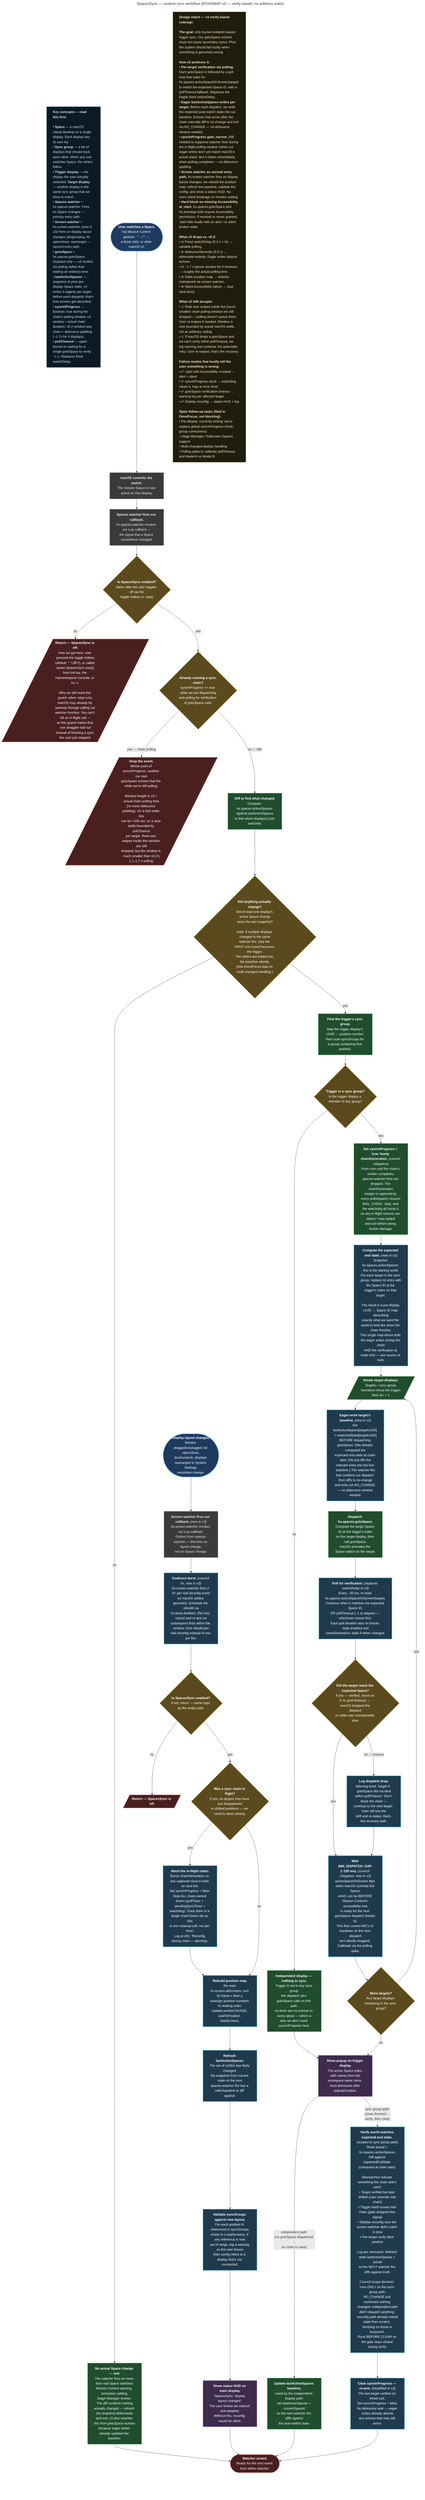
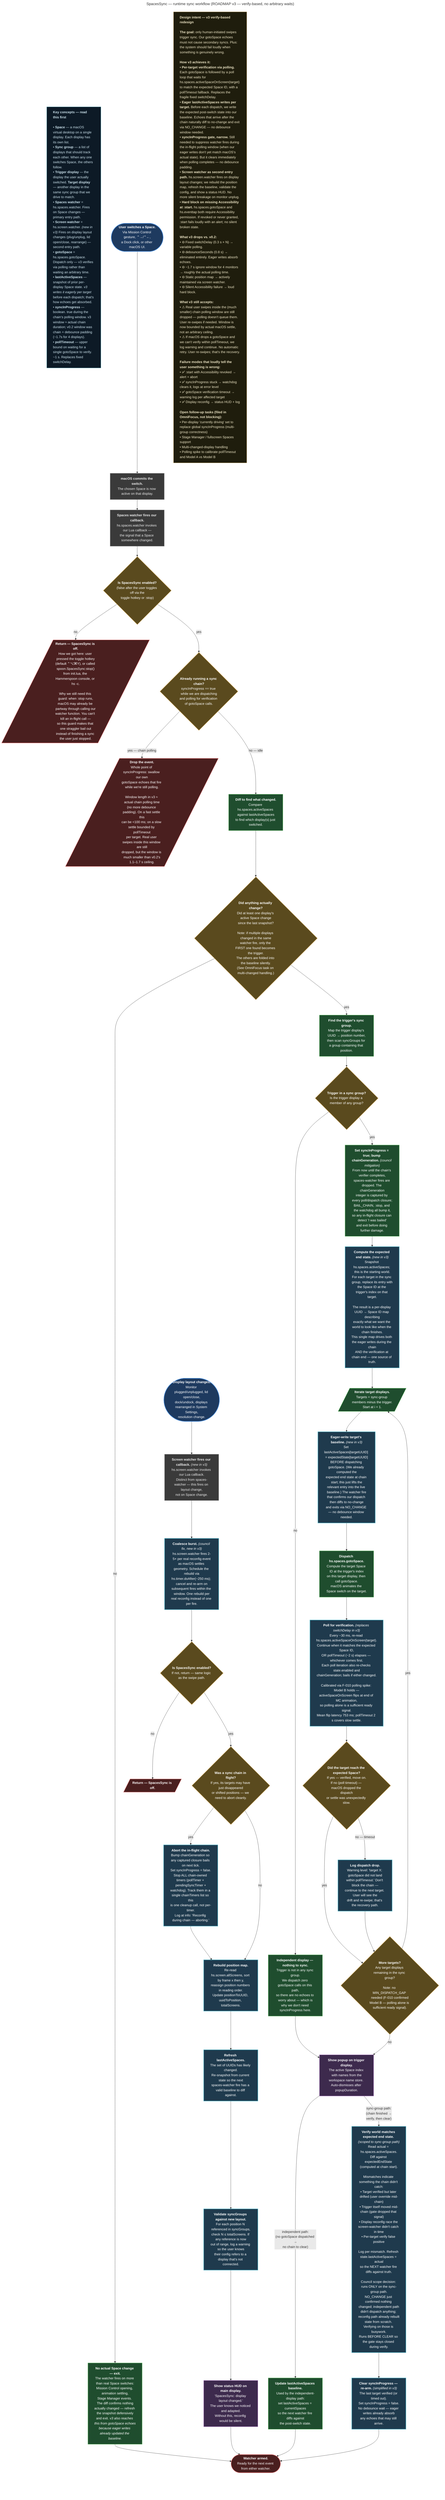
---
title: SpacesSync — runtime sync workflow (ROADMAP v3 — verify-based, no arbitrary waits)
---
flowchart TD
    classDef user fill:#1e3a5f,stroke:#4a90e2,stroke-width:2px,color:#fff
    classDef macos fill:#3a3a3a,stroke:#888,stroke-width:1.5px,color:#eee
    classDef spoon fill:#1f4d2e,stroke:#4caf50,stroke-width:1.5px,color:#fff
    classDef new fill:#1f3a4d,stroke:#4ab3c6,stroke-width:2px,color:#fff
    classDef decision fill:#5a4a1e,stroke:#d4a853,stroke-width:1.5px,color:#fff
    classDef terminal fill:#4a1f1f,stroke:#e57373,stroke-width:1.5px,color:#fff
    classDef ui fill:#3d2a4d,stroke:#b07cc6,stroke-width:1.5px,color:#fff

    %% ============================================================
    %% READING NOTE
    %% ============================================================
    %% v3 differs from CURRENT in three structural ways:
    %% 1. Two entry paths instead of one — the spaces-watcher path
    %%    (user swipes) and a new screen-watcher path (display reconfig).
    %% 2. The sync chain uses fire-and-verify instead of fire-and-wait.
    %%    The fixed switchDelay and debounceSeconds are gone.
    %% 3. Eager lastActiveSpaces writes per target before each dispatch.
    %%    This is how echoes get absorbed without a debounce window.
    %% Each node opens with a <b>bold lead</b> for quick-skim.
    %% Detail follows for the deeper reader.
    %% ============================================================

    %% ============================================================
    %% KEY CONCEPTS — read this first
    %% ============================================================
    KEY["<div style='text-align: left;'><b>Key concepts — read this first</b><br/><br/>• <b>Space</b> — a macOS virtual desktop on a single display. Each display has its own list.<br/>• <b>Sync group</b> — a list of displays that should track each other. When any one switches Space, the others follow.<br/>• <b>Trigger display</b> — the display the user actually switched. <b>Target display</b> — another display in the same sync group that we drive to match.<br/>• <b>Spaces watcher</b> = hs.spaces.watcher. Fires on Space changes — primary entry path.<br/>• <b>Screen watcher</b> = hs.screen.watcher. <i>(new in v3)</i> Fires on display layout changes (plug/unplug, lid open/close, rearrange) — second entry path.<br/>• <b>gotoSpace</b> = hs.spaces.gotoSpace. Dispatch only — v3 verifies via polling rather than waiting an arbitrary time.<br/>• <b>lastActiveSpaces</b> — snapshot of prior per-display Space state. <i>v3 writes it eagerly per target</i> before each dispatch; that's how echoes get absorbed.<br/>• <b>syncInProgress</b> — boolean. true during the chain's polling window. v3 window ≈ actual chain duration; v0.2 window was chain + debounce padding (~1.7s for 4 displays).<br/>• <b>pollTimeout</b> — upper bound on waiting for a single gotoSpace to verify. ~1 s. Replaces fixed switchDelay.</div>"]:::keybox
    classDef keybox fill:#0d1a26,stroke:#4ab3c6,color:#cfe6f0,text-align:left

    %% ============================================================
    %% ENTRY PATH 1 — USER SWIPE → SPACES WATCHER
    %% ============================================================

    U(["<b>User switches a Space.</b><br/>Via Mission Control gesture, ⌃→/⌃←,<br/>a Dock click, or other macOS UI."]):::user
    OS["<b>macOS commits the switch.</b><br/>The chosen Space is now active on that display."]:::macos
    W["<b>Spaces watcher fires our callback.</b><br/>hs.spaces.watcher invokes our Lua callback —<br/>the signal that a Space somewhere changed."]:::macos

    GATE_ENABLED{"<b>Is SpacesSync enabled?</b><br/>(false after the user toggles off via the<br/>toggle hotkey or :stop)"}:::decision
    SKIP_DISABLED[/"<b>Return — SpacesSync is off.</b><br/>How we got here: user pressed the toggle hotkey<br/>(default ⌃⌥⌘Y), or called spoon.SpacesSync:stop()<br/>from init.lua, the Hammerspoon console, or hs -c.<br/><br/>Why we still need this guard: when :stop runs,<br/>macOS may already be partway through calling our<br/>watcher function. You can't kill an in-flight call —<br/>so this guard makes that one straggler bail out<br/>instead of finishing a sync the user just stopped."/]:::terminal

    GATE_RUNNING{"<b>Already running a sync chain?</b><br/>syncInProgress == true while we are dispatching<br/>and polling for verification of gotoSpace calls."}:::decision
    DROP[/"<b>Drop the event.</b><br/>Whole point of syncInProgress: swallow our own<br/>gotoSpace echoes that fire while we're still polling.<br/><br/>Window length in v3 ≈ actual chain polling time<br/>(no more debounce padding). On a fast settle this<br/>can be &lt;100 ms; on a slow settle bounded by pollTimeout<br/>per target. Real user swipes inside this window are still<br/>dropped, but the window is much smaller than v0.2's<br/>1.1–1.7 s ceiling."/]:::terminal

    DIFF["<b>Diff to find what changed.</b><br/>Compare hs.spaces.activeSpaces against lastActiveSpaces<br/>to find which display(s) just switched."]:::spoon
    FIND{"<b>Did anything actually change?</b><br/>Did at least one display's active Space change<br/>since the last snapshot?<br/><br/>Note: if multiple displays changed in the same<br/>watcher fire, only the FIRST one found becomes the trigger.<br/>The others are folded into the baseline silently.<br/>(See OmniFocus task on multi-changed handling.)"}:::decision
    NO_CHANGE["<b>No actual Space change — exit.</b><br/>The watcher fires on more than real Space switches:<br/>Mission Control opening, animation settling,<br/>Stage Manager events. The diff confirms nothing<br/>actually changed — refresh the snapshot defensively<br/>and exit. <i>v3 also reaches this from gotoSpace echoes</i><br/><i>because eager writes already updated the baseline.</i>"]:::spoon

    LOOKUP["<b>Find the trigger's sync group.</b><br/>Map the trigger display's UUID → position number,<br/>then scan syncGroups for a group containing that position."]:::spoon
    GROUP{"<b>Trigger in a sync group?</b><br/>Is the trigger display a member of any group?"}:::decision

    INDEPENDENT["<b>Independent display — nothing to sync.</b><br/>Trigger is not in any sync group.<br/>We dispatch zero gotoSpace calls on this path,<br/>so there are no echoes to worry about — which is<br/>why we don't need syncInProgress here."]:::spoon

    LOCK["<b>Set syncInProgress = true; bump chainGeneration.</b> <i>(council mitigation)</i><br/>From now until the chain's verifier completes,<br/>spaces-watcher fires are dropped. The chainGeneration<br/>integer is captured by every poll/dispatch closure;<br/>BAIL_CHAIN, :stop, and the watchdog all bump it,<br/>so any in-flight closure can detect 'I was bailed'<br/>and exit before doing further damage."]:::spoon

    COMPUTE_EXPECTED["<b>Compute the expected end state.</b> <i>(new in v3)</i><br/>Snapshot hs.spaces.activeSpaces; this is the starting world.<br/>For each target in the sync group, replace its entry with<br/>the Space ID at the trigger's index on that target.<br/><br/>The result is a per-display UUID → Space ID map describing<br/>exactly what we want the world to look like when the chain finishes.<br/>This single map drives both the eager writes during the chain<br/>AND the verification at chain end — one source of truth."]:::new

    SYNCNEXT[/"<b>Iterate target displays.</b><br/>Targets = sync-group members minus the trigger.<br/>Start at i = 1."/]:::spoon

    %% --- v3 NEW: fire-and-verify replaces fire-and-wait ---
    EAGER_WRITE["<b>Eager-write target's baseline.</b> <i>(new in v3)</i><br/>Set lastActiveSpaces[targetUUID] = expectedState[targetUUID]<br/>BEFORE dispatching gotoSpace. (We already computed the<br/>expected end state at chain start; this just lifts the<br/>relevant entry into the live baseline.) The watcher fire<br/>that confirms our dispatch then diffs to no-change<br/>and exits via NO_CHANGE — no debounce window needed."]:::new
    DISPATCH["<b>Dispatch hs.spaces.gotoSpace.</b><br/>Compute the target Space ID at the trigger's index<br/>on this target display, then call gotoSpace.<br/>macOS animates the Space switch on the target."]:::spoon
-     POLL["<b>Poll for verification.</b> <i>(replaces switchDelay in v3)</i><br/>Every ~30 ms, re-read hs.spaces.activeSpaceOnScreen(target).<br/>Continue when it matches the expected Space ID,<br/>OR pollTimeout (~1 s) elapses — whichever comes first.<br/>Each poll iteration also re-checks state.enabled and<br/>chainGeneration; bails if either changed."]:::new
+     POLL["<b>Poll for verification.</b> <i>(replaces switchDelay in v3)</i><br/>Every ~30 ms, re-read hs.spaces.activeSpaceOnScreen(target).<br/>Continue when it matches the expected Space ID,<br/>OR pollTimeout (~2 s) elapses — whichever comes first.<br/>Each poll iteration also re-checks state.enabled and<br/>chainGeneration; bails if either changed.<br/><br/>Calibrated via F-010 polling spike: Model B holds —<br/>activeSpaceOnScreen flips at end of MC animation,<br/>so polling alone is a sufficient ready signal.<br/>Mean flip latency 753 ms; pollTimeout 2 s covers slow settle."]:::new
    VERIFY{"<b>Did the target reach the expected Space?</b><br/>If yes — verified, move on.<br/>If no (poll timeout) — macOS dropped the dispatch<br/>or settle was unexpectedly slow."}:::decision
    DROPPED_LOG["<b>Log dispatch drop.</b><br/>Warning level: 'target X: gotoSpace did not land<br/>within pollTimeout.' Don't block the chain —<br/>continue to the next target. User will see the<br/>drift and re-swipe; that's the recovery path."]:::new
-     MIN_GAP["<b>Wait MIN_DISPATCH_GAP (~150 ms).</b> <i>(council mitigation, new in v3)</i><br/>activeSpaceOnScreen flips when macOS commits the Space,<br/>which can be BEFORE Mission Control's accessibility tree<br/>is ready for the next gotoSpace dispatch (Model A).<br/>This floor covers MC's UI teardown so the next dispatch<br/>isn't silently dropped. Calibrate via the polling spike."]:::new
-     MORE{"<b>More targets?</b><br/>Any target displays remaining in the sync group?"}:::decision
+     MORE{"<b>More targets?</b><br/>Any target displays remaining in the sync group?<br/><br/>Note: no MIN_DISPATCH_GAP needed (F-010 confirmed<br/>Model B — polling alone is sufficient ready signal)."}:::decision

    VERIFY_END_STATE["<b>Verify world matches expected end state.</b> <i>(scoped to sync-group path)</i><br/>Read actual = hs.spaces.activeSpaces.<br/>Diff against expectedEndState (computed at chain start).<br/><br/>Mismatches indicate something the chain didn't catch:<br/>• Target verified but later drifted (user override mid-chain)<br/>• Trigger itself moved mid-chain (gate dropped that signal)<br/>• Display reconfig race the screen-watcher didn't catch in time<br/>• Per-target verify false positive<br/><br/>Log per mismatch. Refresh state.lastActiveSpaces = actual<br/>so the NEXT watcher fire diffs against truth.<br/><br/>Council scope decision: runs ONLY on the sync-group path.<br/>NO_CHANGE just confirmed nothing changed; independent path<br/>didn't dispatch anything; reconfig path already rebuilt<br/>state from scratch. Verifying on those is busywork.<br/>Runs BEFORE CLEAR so the gate stays closed during verify."]:::new

    POPUP["<b>Show popup on trigger display.</b><br/>The active Space index with names from the<br/>workspace name store. Auto-dismisses after popupDuration."]:::ui

    CLEAR["<b>Clear syncInProgress — re-arm.</b> <i>(simplified in v3)</i><br/>The last target verified (or timed out).<br/>Set syncInProgress = false.<br/>No debounce wait — eager writes already absorb<br/>any echoes that may still arrive."]:::new

    UPDATE_BASELINE["<b>Update lastActiveSpaces baseline.</b><br/>Used by the independent-display path:<br/>set lastActiveSpaces = currentSpaces<br/>so the next watcher fire diffs against<br/>the post-switch state."]:::spoon

    DONE([<b>Watcher armed.</b><br/>Ready for the next event from either watcher.]):::terminal

    %% ============================================================
    %% ENTRY PATH 2 — DISPLAY RECONFIG → SCREEN WATCHER (new in v3)
    %% ============================================================

    RECONFIG([<b>Display layout changes.</b><br/>Monitor plugged/unplugged, lid open/close,<br/>dock/undock, displays rearranged in System Settings,<br/>resolution change.]):::user
    SW["<b>Screen watcher fires our callback.</b> <i>(new in v3)</i><br/>hs.screen.watcher invokes our Lua callback.<br/>Distinct from spaces-watcher — this fires on layout change,<br/>not on Space change."]:::macos
    SW_DEBOUNCE["<b>Coalesce burst.</b> <i>(council fix, new in v3)</i><br/>hs.screen.watcher fires 2-5× per real reconfig event<br/>as macOS settles geometry. Schedule the rebuild via<br/>hs.timer.doAfter(~250 ms); cancel and re-arm on<br/>subsequent fires within the window. One rebuild per<br/>real reconfig instead of one per fire."]:::new

    RECONFIG_GATE_ENABLED{"<b>Is SpacesSync enabled?</b><br/>If not, return — same logic as the swipe path."}:::decision
    RECONFIG_SKIP[/"<b>Return — SpacesSync is off.</b>"/]:::terminal

    RECONFIG_BAIL_GATE{"<b>Was a sync chain in flight?</b><br/>If yes, its targets may have just disappeared<br/>or shifted positions — we need to abort cleanly."}:::decision
    BAIL_CHAIN["<b>Abort the in-flight chain.</b><br/>Bump chainGeneration so any captured closure bails on next tick.<br/>Set syncInProgress = false.<br/>Stop ALL chain-owned timers (pollTimer + pendingSyncTimer +<br/>watchdog). Track them in a single chainTimers list so this<br/>is one cleanup call, not per-timer.<br/>Log at info: 'Reconfig during chain — aborting.'"]:::new

    REBUILD_MAP["<b>Rebuild position map.</b><br/>Re-read hs.screen.allScreens, sort by frame x then y,<br/>reassign position numbers in reading order.<br/>Update positionToUUID, uuidToPosition, totalScreens."]:::new

    REFRESH_BASELINE["<b>Refresh lastActiveSpaces.</b><br/>The set of UUIDs has likely changed.<br/>Re-snapshot from current state so the next<br/>spaces-watcher fire has a valid baseline to diff against."]:::new

    VALIDATE_CONFIG["<b>Validate syncGroups against new layout.</b><br/>For each position N referenced in syncGroups,<br/>check N ≤ totalScreens. If any reference is now<br/>out of range, log a warning so the user knows<br/>their config refers to a display that's not connected."]:::new

    STATUS_HUD["<b>Show status HUD on main display.</b><br/>'SpacesSync: display layout changed.'<br/>The user knows we noticed and adapted.<br/>Without this, reconfig would be silent."]:::ui

    %% ============================================================
    %% EDGES — entry path 1 (swipe)
    %% ============================================================

    U --> OS --> W --> GATE_ENABLED
    GATE_ENABLED -- no --> SKIP_DISABLED
    GATE_ENABLED -- yes --> GATE_RUNNING

    GATE_RUNNING -- "yes — chain polling" --> DROP
    GATE_RUNNING -- "no — idle" --> DIFF --> FIND
    FIND -- no --> NO_CHANGE --> DONE
    FIND -- yes --> LOOKUP --> GROUP

    GROUP -- no --> INDEPENDENT --> POPUP
    GROUP -- yes --> LOCK --> COMPUTE_EXPECTED --> SYNCNEXT --> EAGER_WRITE --> DISPATCH --> POLL --> VERIFY
-     VERIFY -- yes --> MIN_GAP
-     VERIFY -- "no — timeout" --> DROPPED_LOG --> MIN_GAP
-     MIN_GAP --> MORE
+     VERIFY -- yes --> MORE
+     VERIFY -- "no — timeout" --> DROPPED_LOG --> MORE
    MORE -- yes --> SYNCNEXT
    MORE -- no --> POPUP

    POPUP -- "independent path:<br/>(no gotoSpace dispatched →<br/>no chain to clear)" --> UPDATE_BASELINE --> DONE
    POPUP -- "sync-group path:<br/>(chain finished →<br/>verify, then clear)" --> VERIFY_END_STATE --> CLEAR --> DONE

    %% ============================================================
    %% EDGES — entry path 2 (reconfig)
    %% ============================================================

    RECONFIG --> SW --> SW_DEBOUNCE --> RECONFIG_GATE_ENABLED
    RECONFIG_GATE_ENABLED -- no --> RECONFIG_SKIP
    RECONFIG_GATE_ENABLED -- yes --> RECONFIG_BAIL_GATE
    RECONFIG_BAIL_GATE -- yes --> BAIL_CHAIN --> REBUILD_MAP
    RECONFIG_BAIL_GATE -- no --> REBUILD_MAP
    REBUILD_MAP --> REFRESH_BASELINE --> VALIDATE_CONFIG --> STATUS_HUD --> DONE

    %% ============================================================
    %% DESIGN INTENT — what v3 changes vs. v0.2
    %% ============================================================

    DESIGN["<div style='text-align: left;'><b>Design intent — v3 verify-based redesign</b><br/><br/><b>The goal:</b> only human-initiated swipes trigger sync. Our gotoSpace echoes must not cause secondary syncs. Plus: the system should fail loudly when something is genuinely wrong.<br/><br/><b>How v3 achieves it:</b><br/>• <b>Per-target verification via polling.</b> Each gotoSpace is followed by a poll loop that waits for hs.spaces.activeSpaceOnScreen(target) to match the expected Space ID, with a pollTimeout fallback. Replaces the fragile fixed switchDelay.<br/>• <b>Eager lastActiveSpaces writes per target.</b> Before each dispatch, we write the expected post-switch state into our baseline. Echoes that arrive after the chain naturally diff to no-change and exit via NO_CHANGE — no debounce window needed.<br/>• <b>syncInProgress gate, narrow.</b> Still needed to suppress watcher fires during the in-flight polling window (when our eager writes don't yet match macOS's actual state). But it clears immediately when polling completes — no debounce padding.<br/>• <b>Screen watcher as second entry path.</b> hs.screen.watcher fires on display layout changes; we rebuild the position map, refresh the baseline, validate the config, and show a status HUD. No more silent breakage on monitor unplug.<br/>• <b>Hard block on missing Accessibility at :start.</b> hs.spaces.gotoSpace and hs.eventtap both require Accessibility permission. If revoked or never granted, :start fails loudly with an alert; no silent broken state.<br/><br/><b>What v3 drops vs. v0.2:</b><br/>• ⊖ Fixed switchDelay (0.3 s × N) → variable polling.<br/>• ⊖ debounceSeconds (0.8 s) → eliminated entirely. Eager writes absorb echoes.<br/>• ⊖ ~1.7 s ignore window for 4 monitors → roughly the actual polling time.<br/>• ⊖ Static position map → actively maintained via screen watcher.<br/>• ⊖ Silent Accessibility failure → loud hard block.<br/><br/><b>What v3 still accepts:</b><br/>• ⚠ Real user swipes inside the (much smaller) chain polling window are still dropped — polling doesn't queue them. User re-swipes if needed. Window is now bounded by actual macOS settle, not an arbitrary ceiling.<br/>• ⚠ If macOS drops a gotoSpace and we can't verify within pollTimeout, we log warning and continue. No automatic retry. User re-swipes; that's the recovery.<br/><br/><b>Failure modes that loudly tell the user something is wrong:</b><br/>• ✅ :start with Accessibility revoked → alert + abort<br/>• ✅ syncInProgress stuck → watchdog clears it, logs at error level<br/>• ✅ gotoSpace verification timeout → warning log per affected target<br/>• ✅ Display reconfig → status HUD + log<br/><br/><b>Open follow-up tasks (filed in OmniFocus, not blocking):</b><br/>• Per-display 'currently driving' set to replace global syncInProgress (multi-group correctness)<br/>• Stage Manager / fullscreen Spaces support<br/>• Multi-changed-display handling<br/>• Polling spike to calibrate pollTimeout and Model A vs Model B</div>"]:::designbox
    classDef designbox fill:#1f1d0d,stroke:#d4a853,color:#f0e8c8,text-align:left
